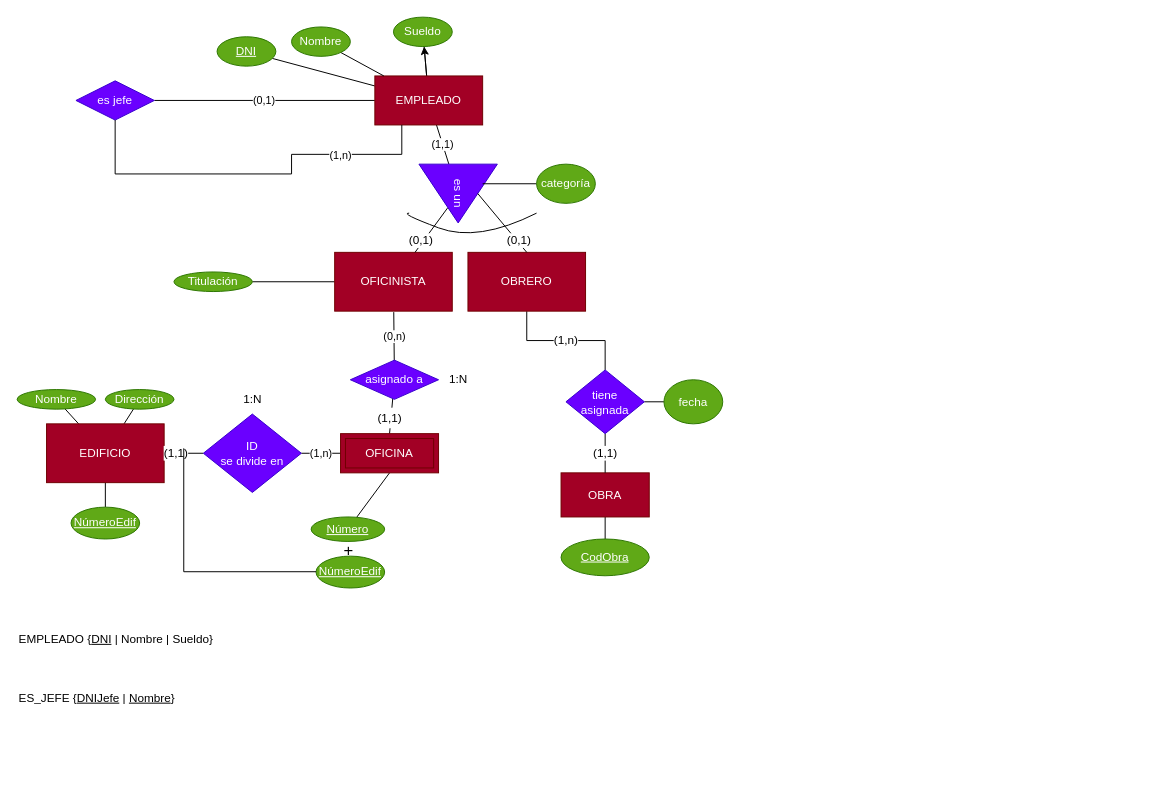
antonionavarro04/diagramas keeps this draw.io diagram as page "Ejercicio 10" (3 of 3) of Ejercicio8-9-10.drawio. Above is the earlier version. Source tidied: cells renumbered, new cells numbered last; positions are measured from the earlier drawing's top-left corner, leaving out a move shared by most shapes. Both pictures are drawn from the tidied source at 98%, with x=0, y=0 at pixel (17, 17).
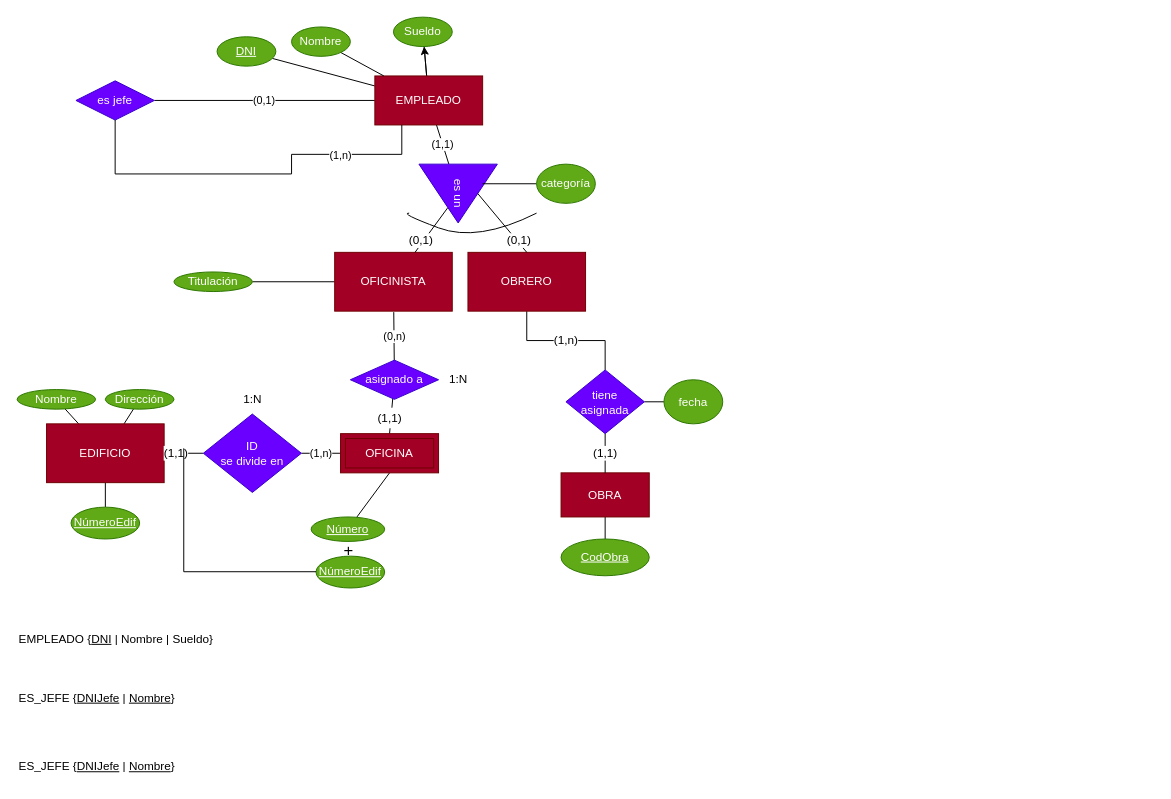
The same diagram, later.

What changed in the source:
```diff
@@
+    <mxCell id="60" value="ES_JEFE {&lt;u&gt;DNIJefe&lt;/u&gt; | &lt;u&gt;Nombre&lt;/u&gt;}" style="text;html=1;strokeColor=none;fillColor=none;align=left;verticalAlign=middle;whiteSpace=wrap;rounded=0;" parent="1" vertex="1">
+      <mxGeometry y="750" width="1160" height="30" as="geometry" />
+    </mxCell>
```
